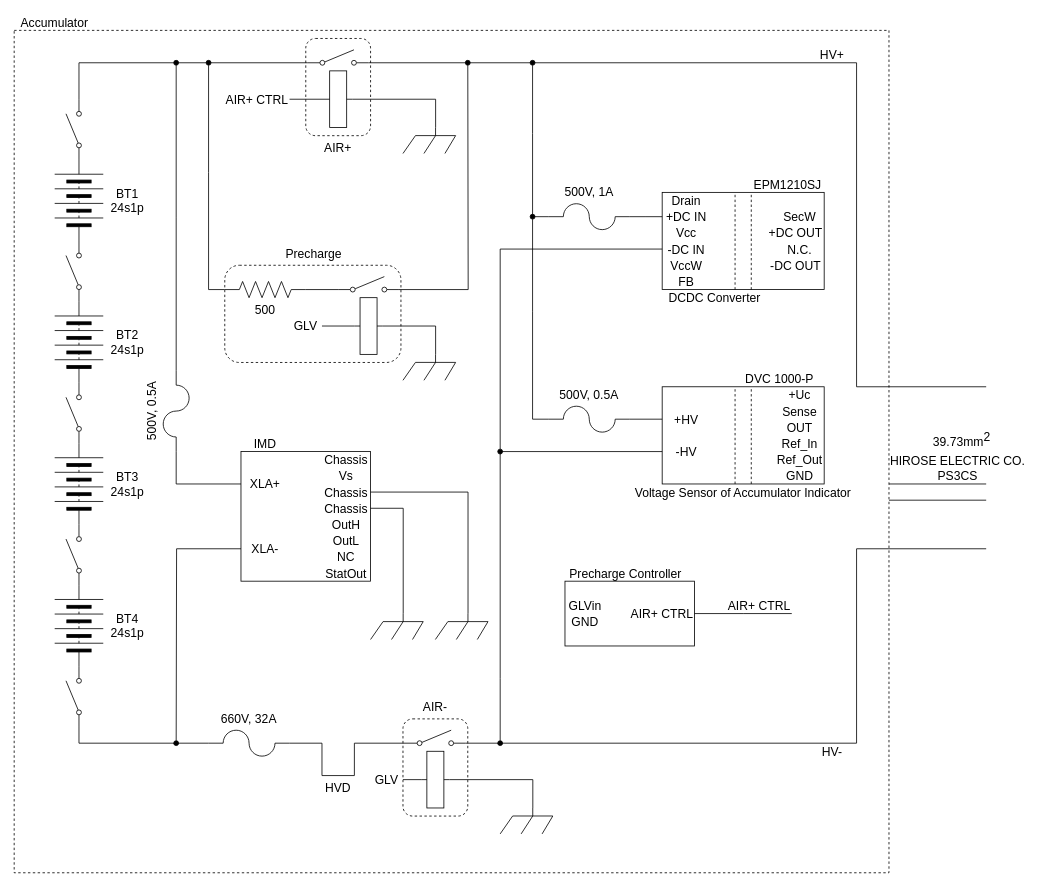
This is page "AccumulatorTSCircuit" (3 of 6) of EVCircuit.drawio from ST04-tkmr/drawio_Schematics, a draw.io file, before an edit. Source tidied: cells renumbered, new cells numbered last; positions are measured from the earlier drawing's top-left corner, leaving out a move shared by most shapes. Both pictures are drawn from the tidied source at 81%, with x=0, y=0 at pixel (14, 14).
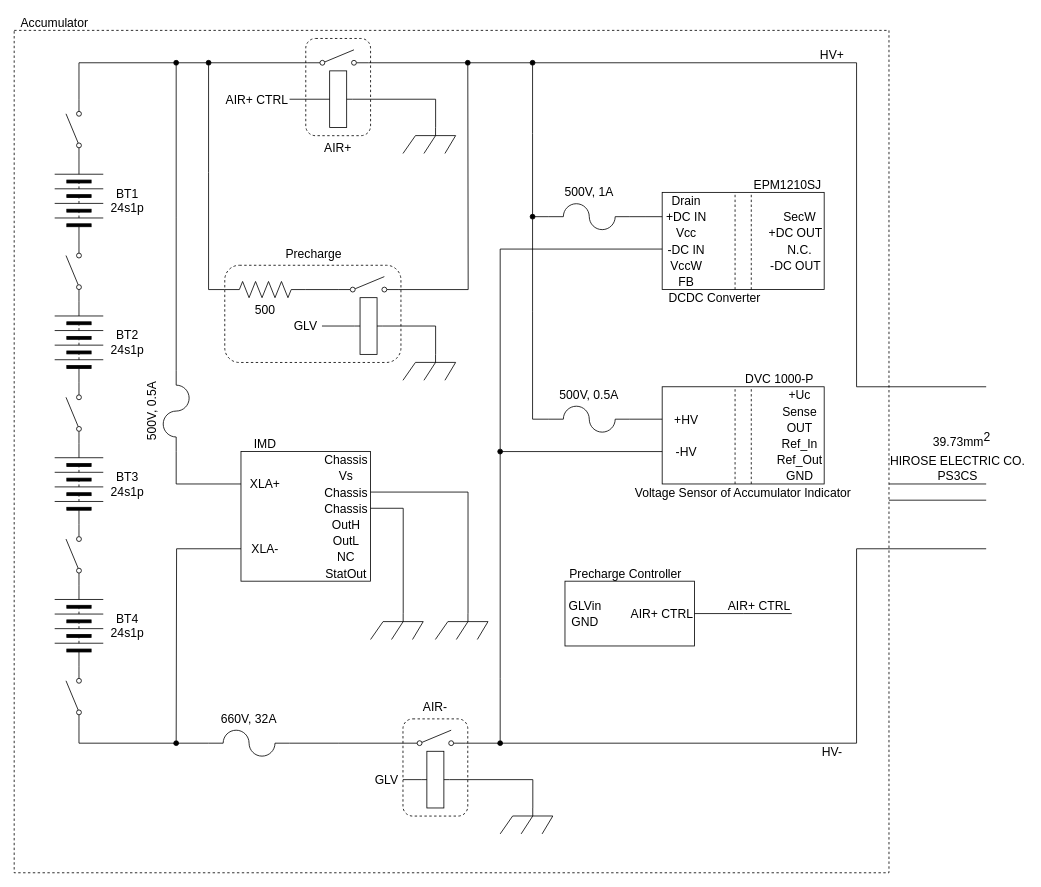
After the change.

The change refers to these unchanged cells:
```xml
<mxCell id="19" style="html=1;shape=mxgraph.electrical.electro-mechanical.singleSwitch;elSwitchState=off;" parent="16" vertex="1">
  <mxGeometry x="2.5" y="44" width="75" height="20" as="geometry" />
</mxCell>
<mxCell id="24" style="verticalLabelPosition=bottom;shadow=0;dashed=0;align=center;html=1;verticalAlign=top;shape=mxgraph.electrical.miscellaneous.fuse_4;" parent="1" vertex="1">
  <mxGeometry x="240" y="884" width="100" height="32" as="geometry" />
</mxCell>
```

Change to the diagram source:
```diff
@@
     <mxCell id="22" style="edgeStyle=orthogonalEdgeStyle;shape=connector;rounded=0;jettySize=auto;html=1;exitX=1;exitY=0.5;exitDx=0;exitDy=0;exitPerimeter=0;entryX=0;entryY=0.8;entryDx=0;entryDy=0;labelBackgroundColor=default;strokeColor=default;fontFamily=Helvetica;fontSize=11;fontColor=default;endArrow=none;endFill=0;" parent="1" edge="1" source="24" target="19">
       <mxGeometry relative="1" as="geometry">
         <Array as="points">
-          <mxPoint x="380" y="900" />
-          <mxPoint x="380" y="940" />
-          <mxPoint x="420" y="940" />
-          <mxPoint x="420" y="900" />
-          <mxPoint x="483" y="900" />
+          <mxPoint x="400" y="900" />
+          <mxPoint x="400" y="900" />
         </Array>
       </mxGeometry>
     </mxCell>
@@
-    <mxCell id="30" value="HVD" style="text;strokeColor=none;align=center;fillColor=none;html=1;verticalAlign=middle;whiteSpace=wrap;rounded=0;fontSize=15;fontFamily=Helvetica;fontColor=default;" parent="1" vertex="1">
-      <mxGeometry x="370" y="940" width="60" height="30" as="geometry" />
-    </mxCell>
```
